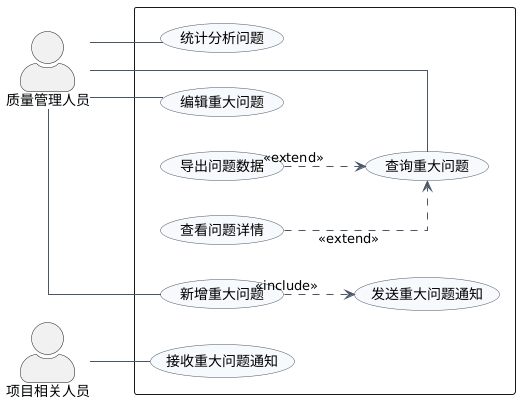
Above: imgs/usecase/重大问题用例图.png in Moon-Knight1/SEU-Graduation-Thesis-Template (PlantUML), before the change.
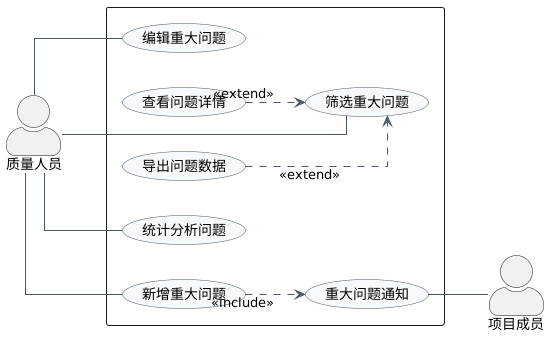
Later version of the same file.

Change to the diagram source:
```diff
@@ -9,25 +9,24 @@
   BackgroundColor #F7FAFC
   ArrowColor #4A5568
 }
-actor "质量管理人员" as Manager
-actor "项目相关人员" as Member
+actor "质量人员" as Manager
+actor "项目成员" as Member
 rectangle {
-  usecase "查询重大问题" as UC_Query
+  usecase "筛选重大问题" as UC_Query
   usecase "查看问题详情" as UC_View
   usecase "新增重大问题" as UC_Add
   usecase "编辑重大问题" as UC_Edit
   usecase "导出问题数据" as UC_Export
   usecase "统计分析问题" as UC_Stats
-  usecase "发送重大问题通知" as UC_SendMessage
-  usecase "接收重大问题通知" as UC_RecvMessage
+  usecase "重大问题通知" as UC_Message
 }
 Manager -- UC_Query
 Manager -- UC_Stats
 Manager -- UC_Add
 Manager -- UC_Edit
-Member -- UC_RecvMessage
+UC_Message -- Member
 
 UC_View ..> UC_Query : <<extend>>
 UC_Export ..> UC_Query : <<extend>>
-UC_Add ..> UC_SendMessage : <<include>>
+UC_Add ..> UC_Message: <<include>>
 @enduml
```
